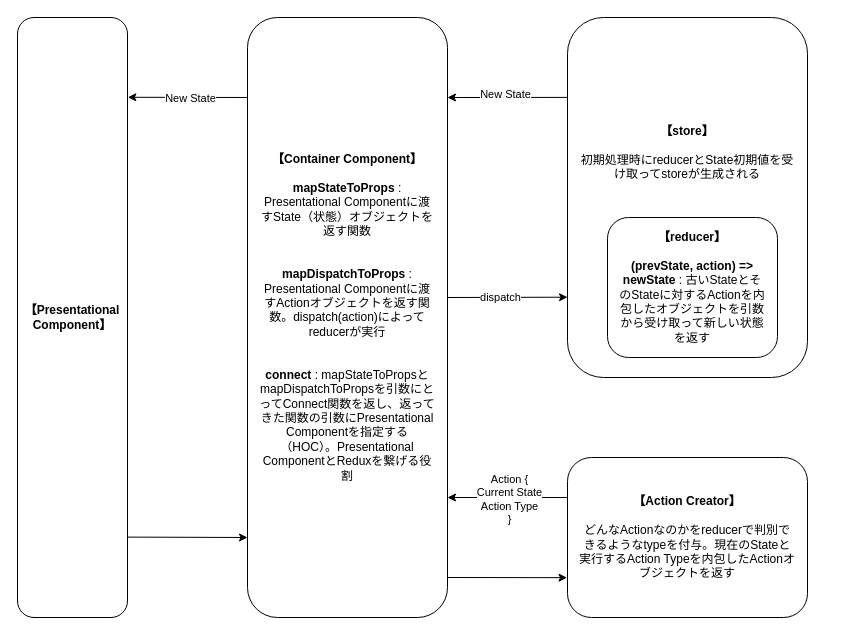
Earlier version of the draw.io diagram React/redux/counter_app/redux.drawio (kf3225/TIL). Source tidied: cells renumbered, new cells numbered last; positions are measured from the earlier drawing's top-left corner, leaving out a move shared by most shapes. Both pictures are drawn from the tidied source at 100%, with x=0, y=0 at pixel (17, 17).
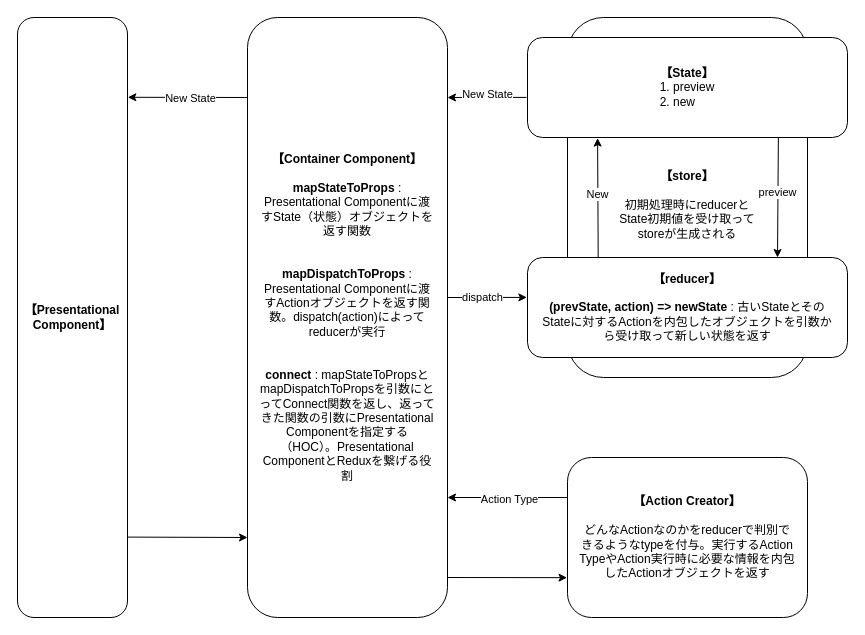
Above is the later version.

Unchanged cells that the change refers to:
```xml
<mxCell id="8" style="endArrow=classic;html=1;exitX=0;exitY=0.25;exitDx=0;exitDy=0;" parent="1" edge="1" source="3">
  <mxGeometry relative="1" as="geometry">
    <mxPoint x="430" y="480" as="targetPoint" />
  </mxGeometry>
</mxCell>
```

The edit, as a diff of the source:
```diff
@@
-    <mxCell id="3" value="&lt;b&gt;【Action Creator】&lt;/b&gt;&lt;br&gt;&lt;br&gt;どんなActionなのかをreducerで判別できるようなtypeを付与。現在のStateと実行するAction Typeを内包したActionオブジェクトを返す" style="rounded=1;whiteSpace=wrap;html=1;spacingLeft=10;spacingRight=10;" parent="1" vertex="1">
+    <mxCell id="3" value="&lt;b&gt;【Action Creator】&lt;/b&gt;&lt;br&gt;&lt;br&gt;どんなActionなのかをreducerで判別できるようなtypeを付与。実行するAction TypeやAction実行時に必要な情報を内包したActionオブジェクトを返す" style="rounded=1;whiteSpace=wrap;html=1;spacingLeft=10;spacingRight=10;" parent="1" vertex="1">
       <mxGeometry x="550" y="440" width="240" height="160" as="geometry" />
     </mxCell>
@@
-    <mxCell id="5" value="&lt;b&gt;【store】&lt;/b&gt;&lt;br&gt;&lt;br&gt;初期処理時にreducerとState初期値を受け取ってstoreが生成される" style="rounded=1;whiteSpace=wrap;html=1;spacingLeft=10;spacingRight=10;verticalAlign=top;spacingTop=100;" parent="1" vertex="1">
+    <mxCell id="5" value="&lt;b&gt;【store】&lt;/b&gt;&lt;br&gt;&lt;br&gt;初期処理時にreducerとState初期値を受け取ってstoreが生成される" style="rounded=1;whiteSpace=wrap;html=1;spacingLeft=50;spacingRight=50;verticalAlign=top;spacingTop=145;" parent="1" vertex="1">
       <mxGeometry x="550" width="240" height="360" as="geometry" />
     </mxCell>
@@
-    <mxCell id="9" value="Action {&lt;br&gt;Current State&lt;br&gt;Action Type&lt;br&gt;}" style="edgeLabel;html=1;align=center;verticalAlign=middle;" parent="8" vertex="1">
+    <mxCell id="9" value="Action Type" style="edgeLabel;html=1;align=center;verticalAlign=middle;" parent="8" vertex="1">
       <mxGeometry x="-0.01" y="1" relative="1" as="geometry" />
     </mxCell>
-    <mxCell id="10" style="endArrow=classic;html=1;entryX=0;entryY=0.777;entryDx=0;entryDy=0;entryPerimeter=0;" parent="1" edge="1" target="5">
+    <mxCell id="10" style="endArrow=classic;html=1;entryX=-0.002;entryY=0.399;entryDx=0;entryDy=0;entryPerimeter=0;" parent="1" edge="1" target="16">
       <mxGeometry relative="1" as="geometry">
         <mxPoint x="430" y="280" as="sourcePoint" />
       </mxGeometry>
     </mxCell>
@@
-    <mxCell id="12" style="endArrow=classic;html=1;exitX=0;exitY=0.222;exitDx=0;exitDy=0;exitPerimeter=0;" parent="1" edge="1" source="5">
+    <mxCell id="12" style="endArrow=classic;html=1;exitX=-0.003;exitY=0.599;exitDx=0;exitDy=0;exitPerimeter=0;" parent="1" edge="1" source="17">
       <mxGeometry relative="1" as="geometry">
         <mxPoint x="430" y="80" as="targetPoint" />
       </mxGeometry>
     </mxCell>
     <mxCell id="13" value="New State" style="edgeLabel;html=1;align=center;verticalAlign=middle;" parent="12" vertex="1">
-      <mxGeometry x="0.04" y="-3" relative="1" as="geometry" />
+      <mxGeometry x="0.04" y="-3" relative="1" as="geometry">
+        <mxPoint x="1.9" as="offset" />
+      </mxGeometry>
     </mxCell>
@@
     <mxCell id="16" value="&lt;b&gt;【reducer】&lt;/b&gt;&lt;br&gt;&lt;br&gt;&lt;b&gt;(prevState, action) =&amp;gt; newState&lt;/b&gt; : 古いStateとそのStateに対するActionを内包したオブジェクトを引数から受け取って新しい状態を返す" style="rounded=1;whiteSpace=wrap;html=1;align=center;spacingRight=10;spacingLeft=10;" parent="1" vertex="1">
-      <mxGeometry x="590" y="200" width="170" height="140" as="geometry" />
+      <mxGeometry x="510" y="240" width="320" height="100" as="geometry" />
     </mxCell>
+    <mxCell id="17" value="&lt;b&gt;【State】&lt;/b&gt;&lt;br&gt;&lt;div style=&quot;text-align: left&quot;&gt;1. preview&lt;/div&gt;&lt;div style=&quot;text-align: left&quot;&gt;2. new&lt;/div&gt;" style="rounded=1;whiteSpace=wrap;html=1;align=center;spacingRight=10;spacingLeft=10;" parent="1" vertex="1">
+      <mxGeometry x="510" y="20" width="320" height="100" as="geometry" />
+    </mxCell>
+    <mxCell id="18" style="endArrow=classic;html=1;exitX=0.784;exitY=1;exitDx=0;exitDy=0;exitPerimeter=0;" parent="1" edge="1" source="17">
+      <mxGeometry relative="1" as="geometry">
+        <mxPoint x="760" y="240" as="targetPoint" />
+      </mxGeometry>
+    </mxCell>
+    <mxCell id="19" value="preview" style="edgeLabel;html=1;align=center;verticalAlign=middle;" parent="18" vertex="1">
+      <mxGeometry x="-0.08" y="-1" relative="1" as="geometry" />
+    </mxCell>
+    <mxCell id="20" style="endArrow=classic;html=1;exitX=0.246;exitY=0.001;exitDx=0;exitDy=0;exitPerimeter=0;entryX=0.244;entryY=1.006;entryDx=0;entryDy=0;entryPerimeter=0;" parent="1" edge="1">
+      <mxGeometry relative="1" as="geometry">
+        <mxPoint x="580.7" y="240.1" as="sourcePoint" />
+        <mxPoint x="580.1" y="120.6" as="targetPoint" />
+      </mxGeometry>
+    </mxCell>
+    <mxCell id="21" value="New" style="edgeLabel;html=1;align=center;verticalAlign=middle;" parent="20" vertex="1">
+      <mxGeometry x="0.07" y="1" relative="1" as="geometry" />
+    </mxCell>
```
